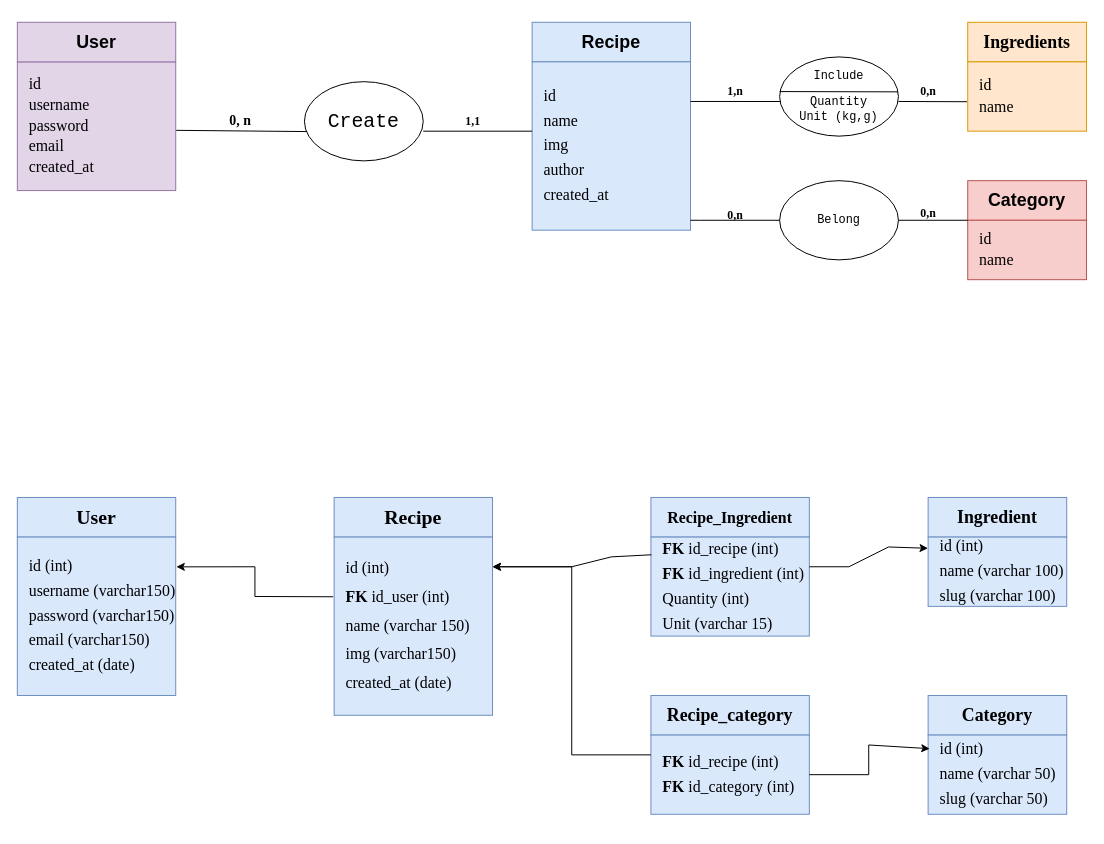
The draw.io diagram Marmiton.drawio in Anathariel/marmiton, before the edit. Source tidied: cells renumbered, new cells numbered last; positions are measured from the earlier drawing's top-left corner, leaving out a move shared by most shapes. Both pictures are drawn from the tidied source at 99%, with x=0, y=0 at pixel (17, 22).
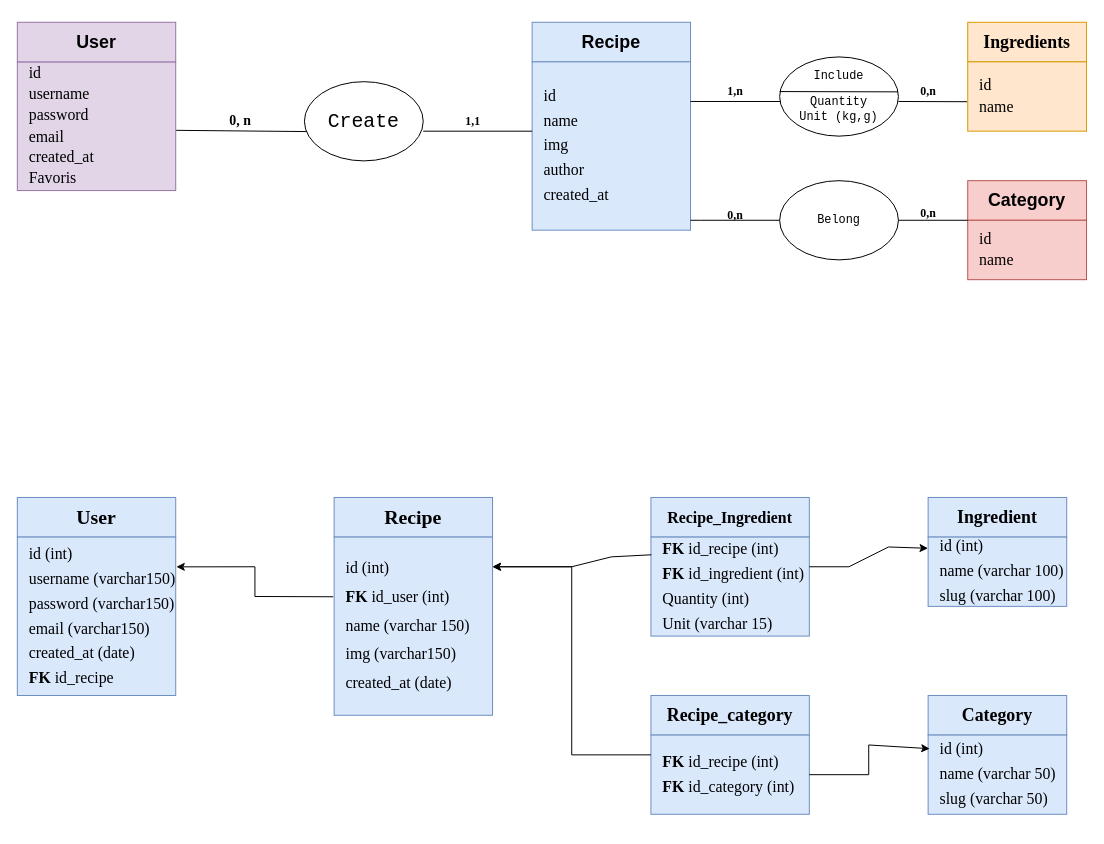
After the change.

Change to the diagram source:
```diff
@@
-    <mxCell id="2" value="&lt;pre style=&quot;font-size: 16px;&quot;&gt;&lt;font style=&quot;font-size: 16px;&quot; face=&quot;Garamond&quot;&gt;id&lt;br&gt;username&lt;br&gt;password&lt;br&gt;email&lt;br&gt;created_at&lt;/font&gt;&lt;/pre&gt;" style="rounded=0;whiteSpace=wrap;html=1;fillColor=#e1d5e7;strokeColor=#9673a6;gradientColor=none;align=left;spacingTop=0;spacingLeft=10;" parent="1" vertex="1">
+    <mxCell id="2" value="&lt;pre style=&quot;font-size: 16px;&quot;&gt;&lt;font style=&quot;font-size: 16px;&quot; face=&quot;Garamond&quot;&gt;id&lt;br&gt;username&lt;br&gt;password&lt;br&gt;email&lt;br&gt;created_at&lt;br/&gt;Favoris&lt;/font&gt;&lt;/pre&gt;" style="rounded=0;whiteSpace=wrap;html=1;fillColor=#e1d5e7;strokeColor=#9673a6;gradientColor=none;align=left;spacingTop=0;spacingLeft=10;" parent="1" vertex="1">
       <mxGeometry y="40" width="160" height="130" as="geometry" />
     </mxCell>
@@
-    <mxCell id="27" value="&lt;pre style=&quot;font-size: 16px; line-height: 150%;&quot;&gt;&lt;font style=&quot;font-size: 16px;&quot; face=&quot;Garamond&quot;&gt;id (int)&lt;br&gt;username (varchar150)&lt;br&gt;password (varchar150)&lt;br&gt;email (varchar150)&lt;br&gt;created_at (date)&lt;/font&gt;&lt;/pre&gt;" style="rounded=0;whiteSpace=wrap;html=1;fillColor=#dae8fc;strokeColor=#6c8ebf;align=left;spacingLeft=10;" parent="1" vertex="1">
+    <mxCell id="27" value="&lt;pre style=&quot;font-size: 16px; line-height: 150%;&quot;&gt;&lt;font style=&quot;font-size: 16px;&quot; face=&quot;Garamond&quot;&gt;id (int)&lt;br&gt;username (varchar150)&lt;br&gt;password (varchar150)&lt;br&gt;email (varchar150)&lt;br&gt;created_at (date)&lt;br&gt;&lt;b&gt;FK &lt;/b&gt;id_recipe&lt;/font&gt;&lt;/pre&gt;" style="rounded=0;whiteSpace=wrap;html=1;fillColor=#dae8fc;strokeColor=#6c8ebf;align=left;spacingLeft=10;" parent="1" vertex="1">
       <mxGeometry y="520" width="160" height="160" as="geometry" />
     </mxCell>
```
